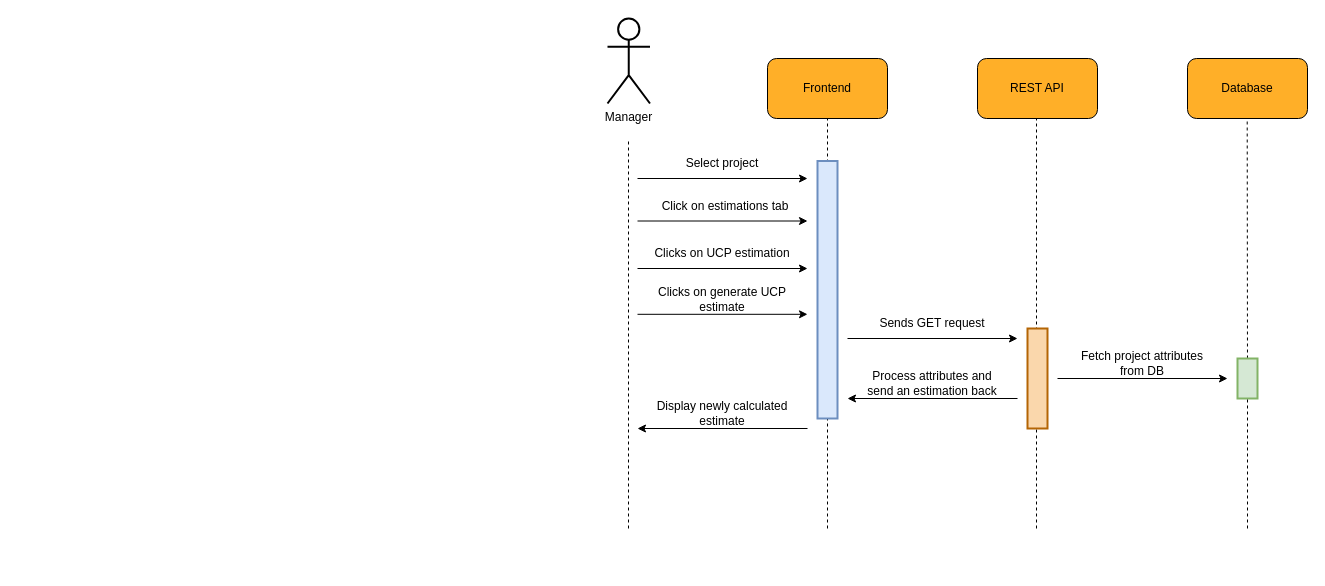
This is diagrams/collaboration/cd-16.drawio from usman1100/fyp-documentation, a draw.io file, before an edit. Source tidied: cells renumbered, new cells numbered last; positions are measured from the earlier drawing's top-left corner, leaving out a move shared by most shapes. Both pictures are drawn from the tidied source at 100%, with x=0, y=0 at pixel (607, 18).
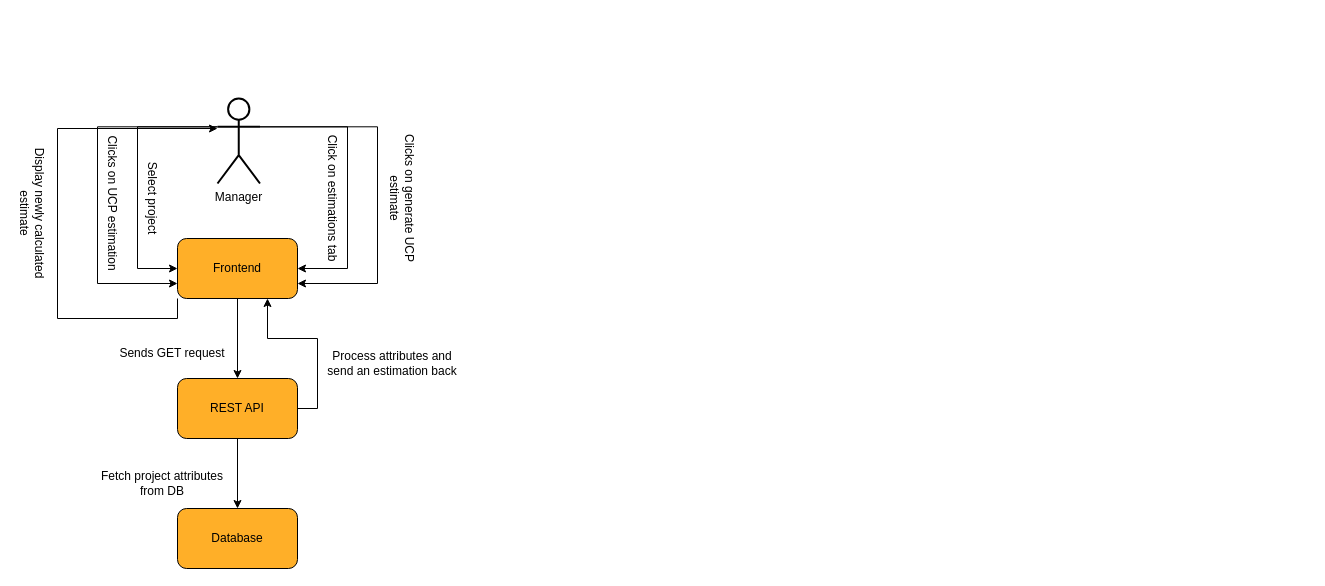
After the change.

Unchanged cells that the change refers to:
```xml
<mxCell id="4" style="rounded=1;whiteSpace=wrap;html=1;fillColor=#FFAF28;fontSize=12;" parent="3" vertex="1">
  <mxGeometry width="120" height="60" as="geometry" />
</mxCell>
<mxCell id="7" style="rounded=1;whiteSpace=wrap;html=1;fillColor=#FFAF28;fontSize=12;" parent="6" vertex="1">
  <mxGeometry width="120" height="60" as="geometry" />
</mxCell>
<mxCell id="13" style="rounded=1;whiteSpace=wrap;html=1;fillColor=#FFAF28;fontSize=12;" parent="12" vertex="1">
  <mxGeometry width="120" height="60" as="geometry" />
</mxCell>
```

What changed in the source:
```diff
@@
-    <mxCell id="2" style="endArrow=none;dashed=1;html=1;rounded=0;jumpSize=6;strokeWidth=1;startArrow=none;fontSize=12;" parent="1" edge="1">
-      <mxGeometry relative="1" as="geometry">
-        <mxPoint x="429" y="510" as="sourcePoint" />
-        <mxPoint x="429" y="100" as="targetPoint" />
-      </mxGeometry>
-    </mxCell>
     <mxCell id="3" style="group;fontSize=12;" parent="1" vertex="1">
-      <mxGeometry x="160" y="40" width="120" height="60" as="geometry" />
+      <mxGeometry x="-430" y="220" width="120" height="60" as="geometry" />
     </mxCell>
@@
     <mxCell id="6" style="group;fontSize=12;" parent="1" vertex="1">
-      <mxGeometry x="370" y="40" width="120" height="60" as="geometry" />
+      <mxGeometry x="-430" y="360" width="120" height="60" as="geometry" />
     </mxCell>
@@
-    <mxCell id="9" style="endArrow=none;dashed=1;html=1;rounded=0;entryX=0.5;entryY=1;entryDx=0;entryDy=0;jumpSize=6;strokeWidth=1;fontSize=12;" parent="1" edge="1" target="4">
-      <mxGeometry relative="1" as="geometry">
-        <mxPoint x="220" y="510" as="sourcePoint" />
-      </mxGeometry>
-    </mxCell>
+    <mxCell id="38" style="edgeStyle=orthogonalEdgeStyle;rounded=0;jettySize=auto;html=1;exitX=1;exitY=0.3333333333333333;exitDx=0;exitDy=0;exitPerimeter=0;entryX=1;entryY=0.75;entryDx=0;entryDy=0;" parent="1" edge="1" source="10" target="4">
+      <mxGeometry relative="1" as="geometry">
+        <Array as="points">
+          <mxPoint x="-230" y="108" />
+          <mxPoint x="-230" y="265" />
+        </Array>
+      </mxGeometry>
+    </mxCell>
+    <mxCell id="39" style="edgeStyle=orthogonalEdgeStyle;rounded=0;jettySize=auto;html=1;exitX=0;exitY=0.3333333333333333;exitDx=0;exitDy=0;exitPerimeter=0;entryX=0;entryY=0.5;entryDx=0;entryDy=0;" parent="1" edge="1" source="10" target="4">
+      <mxGeometry relative="1" as="geometry">
+        <Array as="points">
+          <mxPoint x="-470" y="108" />
+          <mxPoint x="-470" y="250" />
+        </Array>
+      </mxGeometry>
+    </mxCell>
+    <mxCell id="40" style="edgeStyle=orthogonalEdgeStyle;rounded=0;jettySize=auto;html=1;exitX=0;exitY=0.3333333333333333;exitDx=0;exitDy=0;exitPerimeter=0;entryX=0;entryY=0.75;entryDx=0;entryDy=0;" parent="1" edge="1" source="10" target="4">
+      <mxGeometry relative="1" as="geometry">
+        <Array as="points">
+          <mxPoint x="-510" y="108" />
+          <mxPoint x="-510" y="265" />
+        </Array>
+      </mxGeometry>
+    </mxCell>
+    <mxCell id="41" style="edgeStyle=orthogonalEdgeStyle;rounded=0;jettySize=auto;html=1;exitX=1;exitY=0.3333333333333333;exitDx=0;exitDy=0;exitPerimeter=0;entryX=1;entryY=0.5;entryDx=0;entryDy=0;" parent="1" edge="1" source="10" target="4">
+      <mxGeometry relative="1" as="geometry">
+        <Array as="points">
+          <mxPoint x="-260" y="108" />
+          <mxPoint x="-260" y="250" />
+        </Array>
+      </mxGeometry>
+    </mxCell>
     <mxCell id="10" value="Manager" style="shape=umlActor;verticalLabelPosition=bottom;verticalAlign=top;html=1;outlineConnect=0;rounded=1;strokeWidth=2;fontSize=12;" parent="1" vertex="1">
-      <mxGeometry width="42.5" height="85" as="geometry" />
+      <mxGeometry x="-390" y="80" width="42.5" height="85" as="geometry" />
     </mxCell>
-    <mxCell id="11" style="endArrow=none;dashed=1;html=1;rounded=0;jumpSize=6;strokeWidth=1;fontSize=12;" parent="1" edge="1">
-      <mxGeometry relative="1" as="geometry">
-        <mxPoint x="21" y="510" as="sourcePoint" />
-        <mxPoint x="21" y="120" as="targetPoint" />
-      </mxGeometry>
-    </mxCell>
     <mxCell id="12" style="group;fontSize=12;" parent="1" vertex="1">
-      <mxGeometry x="580" y="40" width="120" height="60" as="geometry" />
+      <mxGeometry x="-430" y="490" width="120" height="60" as="geometry" />
     </mxCell>
@@
-    <mxCell id="15" style="endArrow=none;dashed=1;html=1;rounded=0;jumpSize=6;strokeWidth=1;fontSize=12;startArrow=none;" parent="1" edge="1" source="22">
-      <mxGeometry relative="1" as="geometry">
-        <mxPoint x="639.7" y="100" as="targetPoint" />
-      </mxGeometry>
-    </mxCell>
-    <mxCell id="16" style="endArrow=classic;html=1;rounded=0;" parent="1" edge="1">
-      <mxGeometry relative="1" as="geometry">
-        <mxPoint x="30" y="160" as="sourcePoint" />
-        <mxPoint x="200" y="160" as="targetPoint" />
-      </mxGeometry>
-    </mxCell>
-    <mxCell id="17" value="Select project" style="text;html=1;strokeColor=none;fillColor=none;align=center;verticalAlign=middle;whiteSpace=wrap;rounded=0;" parent="1" vertex="1">
-      <mxGeometry x="40" y="130" width="150" height="30" as="geometry" />
+    <mxCell id="17" value="Select project" style="text;html=1;strokeColor=none;fillColor=none;align=center;verticalAlign=middle;whiteSpace=wrap;rounded=0;rotation=90;" parent="1" vertex="1">
+      <mxGeometry x="-530" y="165" width="150" height="30" as="geometry" />
     </mxCell>
-    <mxCell id="18" style="endArrow=classic;html=1;rounded=0;" parent="1" edge="1">
-      <mxGeometry relative="1" as="geometry">
-        <mxPoint x="30" y="202.5" as="sourcePoint" />
-        <mxPoint x="200" y="202.5" as="targetPoint" />
-      </mxGeometry>
-    </mxCell>
+    <mxCell id="25" value="Clicks on UCP estimation" style="text;html=1;strokeColor=none;fillColor=none;align=center;verticalAlign=middle;whiteSpace=wrap;rounded=0;rotation=90;" parent="1" vertex="1">
+      <mxGeometry x="-570" y="170" width="150" height="30" as="geometry" />
+    </mxCell>
+    <mxCell id="27" value="Clicks on generate UCP estimate" style="text;html=1;strokeColor=none;fillColor=none;align=center;verticalAlign=middle;whiteSpace=wrap;rounded=0;rotation=90;" parent="1" vertex="1">
+      <mxGeometry x="-280" y="165" width="150" height="30" as="geometry" />
+    </mxCell>
+    <mxCell id="29" value="Sends GET request" style="text;html=1;strokeColor=none;fillColor=none;align=center;verticalAlign=middle;whiteSpace=wrap;rounded=0;" parent="1" vertex="1">
+      <mxGeometry x="-510" y="320" width="150" height="30" as="geometry" />
+    </mxCell>
+    <mxCell id="31" value="Fetch project attributes from DB" style="text;html=1;strokeColor=none;fillColor=none;align=center;verticalAlign=middle;whiteSpace=wrap;rounded=0;" parent="1" vertex="1">
+      <mxGeometry x="-520" y="450" width="150" height="30" as="geometry" />
+    </mxCell>
+    <mxCell id="42" style="edgeStyle=orthogonalEdgeStyle;rounded=0;jettySize=auto;html=1;exitX=0;exitY=1;exitDx=0;exitDy=0;" parent="1" edge="1" source="4">
+      <mxGeometry relative="1" as="geometry">
+        <mxPoint x="-390" y="110" as="targetPoint" />
+        <Array as="points">
+          <mxPoint x="-430" y="300" />
+          <mxPoint x="-550" y="300" />
+          <mxPoint x="-550" y="110" />
+        </Array>
+      </mxGeometry>
+    </mxCell>
+    <mxCell id="43" style="edgeStyle=orthogonalEdgeStyle;rounded=0;jettySize=auto;html=1;exitX=0.5;exitY=1;exitDx=0;exitDy=0;entryX=0.5;entryY=0;entryDx=0;entryDy=0;" parent="1" edge="1" source="4" target="7">
+      <mxGeometry relative="1" as="geometry" />
+    </mxCell>
+    <mxCell id="44" style="edgeStyle=orthogonalEdgeStyle;rounded=0;jettySize=auto;html=1;exitX=1;exitY=0.5;exitDx=0;exitDy=0;entryX=0.75;entryY=1;entryDx=0;entryDy=0;" parent="1" edge="1" source="7" target="4">
+      <mxGeometry relative="1" as="geometry" />
+    </mxCell>
+    <mxCell id="45" style="edgeStyle=orthogonalEdgeStyle;rounded=0;jettySize=auto;html=1;exitX=0.5;exitY=1;exitDx=0;exitDy=0;" parent="1" edge="1" source="7" target="13">
+      <mxGeometry relative="1" as="geometry" />
+    </mxCell>
+    <mxCell id="37" value="Display newly calculated estimate" style="text;html=1;strokeColor=none;fillColor=none;align=center;verticalAlign=middle;whiteSpace=wrap;rounded=0;rotation=90;" parent="1" vertex="1">
+      <mxGeometry x="-650" y="180" width="150" height="30" as="geometry" />
+    </mxCell>
-    <mxCell id="19" value="Click on estimations tab" style="text;html=1;strokeColor=none;fillColor=none;align=center;verticalAlign=middle;whiteSpace=wrap;rounded=0;" parent="1" vertex="1">
-      <mxGeometry x="42.5" y="172.5" width="150" height="30" as="geometry" />
+    <mxCell id="19" value="Click on estimations tab" style="text;html=1;strokeColor=none;fillColor=none;align=center;verticalAlign=middle;whiteSpace=wrap;rounded=0;rotation=90;" parent="1" vertex="1">
+      <mxGeometry x="-350" y="165" width="150" height="30" as="geometry" />
     </mxCell>
-    <mxCell id="20" style="rounded=0;whiteSpace=wrap;html=1;fontSize=12;strokeWidth=2;fillColor=#dae8fc;strokeColor=#6c8ebf;" parent="1" vertex="1">
-      <mxGeometry x="210" y="142.5" width="20" height="257.5" as="geometry" />
-    </mxCell>
-    <mxCell id="21" style="rounded=0;whiteSpace=wrap;html=1;fontSize=12;strokeWidth=2;fillColor=#fad7ac;strokeColor=#b46504;" parent="1" vertex="1">
-      <mxGeometry x="420" y="310" width="20" height="100" as="geometry" />
-    </mxCell>
-    <mxCell id="22" style="rounded=0;whiteSpace=wrap;html=1;fontSize=12;strokeWidth=2;fillColor=#d5e8d4;strokeColor=#82b366;" parent="1" vertex="1">
-      <mxGeometry x="630" y="340" width="20" height="40" as="geometry" />
-    </mxCell>
-    <mxCell id="23" style="endArrow=none;dashed=1;html=1;rounded=0;jumpSize=6;strokeWidth=1;fontSize=12;startArrow=none;" parent="1" edge="1" target="22">
-      <mxGeometry relative="1" as="geometry">
-        <mxPoint x="640" y="510" as="sourcePoint" />
-      </mxGeometry>
-    </mxCell>
-    <mxCell id="24" style="endArrow=classic;html=1;rounded=0;" parent="1" edge="1">
-      <mxGeometry relative="1" as="geometry">
-        <mxPoint x="30" y="250" as="sourcePoint" />
-        <mxPoint x="200" y="250" as="targetPoint" />
-      </mxGeometry>
-    </mxCell>
-    <mxCell id="25" value="Clicks on UCP estimation" style="text;html=1;strokeColor=none;fillColor=none;align=center;verticalAlign=middle;whiteSpace=wrap;rounded=0;" parent="1" vertex="1">
-      <mxGeometry x="40" y="220" width="150" height="30" as="geometry" />
-    </mxCell>
-    <mxCell id="26" style="endArrow=classic;html=1;rounded=0;" parent="1" edge="1">
-      <mxGeometry relative="1" as="geometry">
-        <mxPoint x="30" y="295.8" as="sourcePoint" />
-        <mxPoint x="200" y="295.8" as="targetPoint" />
-      </mxGeometry>
-    </mxCell>
-    <mxCell id="27" value="Clicks on generate UCP estimate" style="text;html=1;strokeColor=none;fillColor=none;align=center;verticalAlign=middle;whiteSpace=wrap;rounded=0;" parent="1" vertex="1">
-      <mxGeometry x="40" y="265.8" width="150" height="30" as="geometry" />
-    </mxCell>
-    <mxCell id="28" style="endArrow=classic;html=1;rounded=0;" parent="1" edge="1">
-      <mxGeometry relative="1" as="geometry">
-        <mxPoint x="240" y="320" as="sourcePoint" />
-        <mxPoint x="410" y="320" as="targetPoint" />
-      </mxGeometry>
-    </mxCell>
-    <mxCell id="29" value="Sends GET request" style="text;html=1;strokeColor=none;fillColor=none;align=center;verticalAlign=middle;whiteSpace=wrap;rounded=0;" parent="1" vertex="1">
-      <mxGeometry x="250" y="290" width="150" height="30" as="geometry" />
-    </mxCell>
-    <mxCell id="30" style="endArrow=classic;html=1;rounded=0;" parent="1" edge="1">
-      <mxGeometry relative="1" as="geometry">
-        <mxPoint x="450" y="360" as="sourcePoint" />
-        <mxPoint x="620" y="360" as="targetPoint" />
-      </mxGeometry>
-    </mxCell>
-    <mxCell id="31" value="Fetch project attributes from DB" style="text;html=1;strokeColor=none;fillColor=none;align=center;verticalAlign=middle;whiteSpace=wrap;rounded=0;" parent="1" vertex="1">
-      <mxGeometry x="460" y="330" width="150" height="30" as="geometry" />
-    </mxCell>
-    <mxCell id="32" style="group;" parent="1" vertex="1">
-      <mxGeometry x="240" y="350" width="170" height="30" as="geometry" />
-    </mxCell>
-    <mxCell id="33" style="endArrow=classic;html=1;rounded=0;" parent="32" edge="1">
-      <mxGeometry relative="1" as="geometry">
-        <mxPoint x="170" y="30" as="sourcePoint" />
-        <mxPoint y="30" as="targetPoint" />
-      </mxGeometry>
-    </mxCell>
-    <mxCell id="34" value="Process attributes and send an estimation back" style="text;html=1;strokeColor=none;fillColor=none;align=center;verticalAlign=middle;whiteSpace=wrap;rounded=0;" parent="32" vertex="1">
-      <mxGeometry x="10" width="150" height="30" as="geometry" />
+    <mxCell id="34" value="Process attributes and send an estimation back" style="text;html=1;strokeColor=none;fillColor=none;align=center;verticalAlign=middle;whiteSpace=wrap;rounded=0;" parent="1" vertex="1">
+      <mxGeometry x="-290" y="330" width="150" height="30" as="geometry" />
     </mxCell>
-    <mxCell id="35" style="group;" parent="1" vertex="1">
-      <mxGeometry x="30" y="380" width="170" height="30" as="geometry" />
-    </mxCell>
-    <mxCell id="36" style="endArrow=classic;html=1;rounded=0;" parent="35" edge="1">
-      <mxGeometry relative="1" as="geometry">
-        <mxPoint x="170" y="30" as="sourcePoint" />
-        <mxPoint y="30" as="targetPoint" />
-      </mxGeometry>
-    </mxCell>
-    <mxCell id="37" value="Display newly calculated estimate" style="text;html=1;strokeColor=none;fillColor=none;align=center;verticalAlign=middle;whiteSpace=wrap;rounded=0;" parent="35" vertex="1">
-      <mxGeometry x="10" width="150" height="30" as="geometry" />
-    </mxCell>
```
